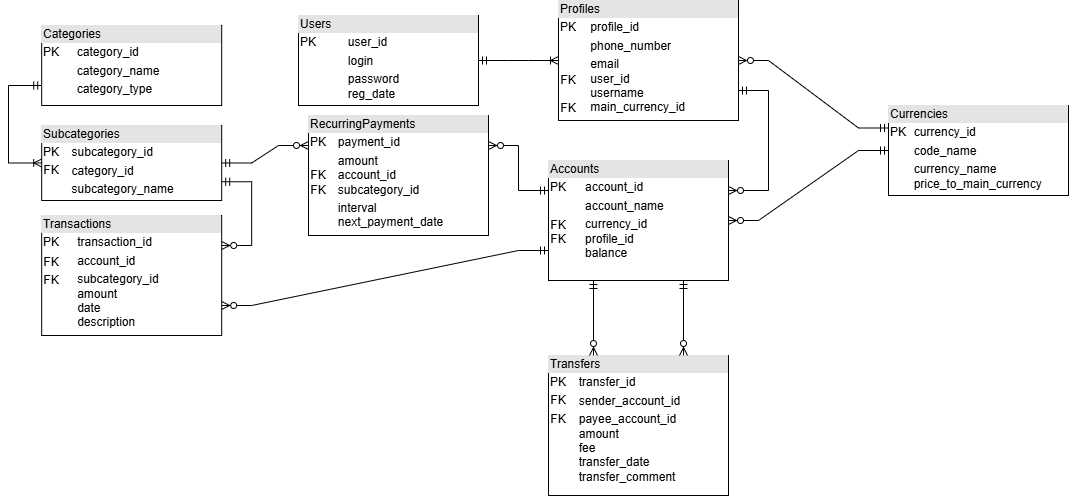
qu4431/kpi-databases-labs keeps this draw.io diagram as lab1/img/er_lab1_db.png. Above is the earlier version. Source tidied: cells renumbered, new cells last; positions are measured from the earlier drawing's top-left corner, leaving out a move shared by most shapes. Its diagram source:
```xml
<mxGraphModel>
  <root>
    <mxCell id="0" />
    <mxCell id="1" parent="0" />
    <mxCell id="2" value="&lt;div style=&quot;box-sizing: border-box; width: 100%; background: rgb(228, 228, 228); padding: 2px;&quot;&gt;Users&lt;/div&gt;&lt;table style=&quot;width:100%;font-size:1em;&quot; cellpadding=&quot;2&quot; cellspacing=&quot;0&quot;&gt;&lt;tbody&gt;&lt;tr&gt;&lt;td&gt;PK&lt;/td&gt;&lt;td&gt;user_id&lt;/td&gt;&lt;/tr&gt;&lt;tr&gt;&lt;td&gt;&lt;/td&gt;&lt;td&gt;login&lt;/td&gt;&lt;/tr&gt;&lt;tr&gt;&lt;td&gt;&lt;/td&gt;&lt;td&gt;password&lt;br&gt;reg_date&lt;br&gt;&lt;/td&gt;&lt;/tr&gt;&lt;/tbody&gt;&lt;/table&gt;" style="verticalAlign=top;align=left;overflow=fill;html=1;whiteSpace=wrap;" parent="1" vertex="1">
      <mxGeometry x="290" y="15" width="180" height="90" as="geometry" />
    </mxCell>
    <mxCell id="3" value="&lt;div style=&quot;box-sizing: border-box; width: 100%; background: rgb(228, 228, 228); padding: 2px;&quot;&gt;Categories&lt;/div&gt;&lt;table style=&quot;width:100%;font-size:1em;&quot; cellpadding=&quot;2&quot; cellspacing=&quot;0&quot;&gt;&lt;tbody&gt;&lt;tr&gt;&lt;td&gt;PK&lt;/td&gt;&lt;td&gt;category_id&lt;/td&gt;&lt;/tr&gt;&lt;tr&gt;&lt;td&gt;&lt;br&gt;&lt;/td&gt;&lt;td&gt;category_name&lt;/td&gt;&lt;/tr&gt;&lt;tr&gt;&lt;td&gt;&lt;/td&gt;&lt;td&gt;category_type&lt;/td&gt;&lt;/tr&gt;&lt;/tbody&gt;&lt;/table&gt;" style="verticalAlign=top;align=left;overflow=fill;html=1;whiteSpace=wrap;" parent="1" vertex="1">
      <mxGeometry x="33.2" y="25" width="180" height="80" as="geometry" />
    </mxCell>
    <mxCell id="4" value="&lt;div style=&quot;box-sizing: border-box; width: 100%; background: rgb(228, 228, 228); padding: 2px;&quot;&gt;Currencies&lt;/div&gt;&lt;table style=&quot;width:100%;font-size:1em;&quot; cellpadding=&quot;2&quot; cellspacing=&quot;0&quot;&gt;&lt;tbody&gt;&lt;tr&gt;&lt;td&gt;PK&lt;/td&gt;&lt;td&gt;currency_id&lt;/td&gt;&lt;/tr&gt;&lt;tr&gt;&lt;td&gt;&lt;br&gt;&lt;/td&gt;&lt;td&gt;code_name&lt;/td&gt;&lt;/tr&gt;&lt;tr&gt;&lt;td&gt;&lt;/td&gt;&lt;td&gt;currency_name&lt;br&gt;price_to_main_currency&lt;/td&gt;&lt;/tr&gt;&lt;/tbody&gt;&lt;/table&gt;" style="verticalAlign=top;align=left;overflow=fill;html=1;whiteSpace=wrap;" parent="1" vertex="1">
      <mxGeometry x="880" y="105" width="180" height="90" as="geometry" />
    </mxCell>
    <mxCell id="5" style="edgeStyle=orthogonalEdgeStyle;rounded=0;orthogonalLoop=1;jettySize=auto;html=1;exitX=0.5;exitY=1;exitDx=0;exitDy=0;" parent="1" edge="1" source="2" target="2">
      <mxGeometry relative="1" as="geometry" />
    </mxCell>
    <mxCell id="6" style="group;" parent="1" vertex="1">
      <mxGeometry x="520" y="160" width="200" height="120" as="geometry" />
    </mxCell>
    <mxCell id="7" value="&lt;div style=&quot;box-sizing: border-box; width: 100%; background: rgb(228, 228, 228); padding: 2px;&quot;&gt;Accounts&lt;/div&gt;&lt;table style=&quot;width:100%;font-size:1em;&quot; cellpadding=&quot;2&quot; cellspacing=&quot;0&quot;&gt;&lt;tbody&gt;&lt;tr&gt;&lt;td&gt;PK&lt;/td&gt;&lt;td&gt;account_id&lt;/td&gt;&lt;/tr&gt;&lt;tr&gt;&lt;td&gt;&lt;br&gt;&lt;/td&gt;&lt;td&gt;account_name&lt;/td&gt;&lt;/tr&gt;&lt;tr&gt;&lt;td&gt;&lt;br&gt;&lt;br&gt;&lt;br&gt;&lt;/td&gt;&lt;td&gt;currency_id&lt;br&gt;profile_id&lt;br&gt;balance&lt;/td&gt;&lt;/tr&gt;&lt;/tbody&gt;&lt;/table&gt;" style="verticalAlign=top;align=left;overflow=fill;html=1;whiteSpace=wrap;" parent="6" vertex="1">
      <mxGeometry x="20" width="180" height="120" as="geometry" />
    </mxCell>
    <mxCell id="8" value="FK" style="text;html=1;whiteSpace=wrap;strokeColor=none;fillColor=none;align=center;verticalAlign=middle;rounded=0;" parent="6" vertex="1">
      <mxGeometry y="50" width="60" height="30" as="geometry" />
    </mxCell>
    <mxCell id="9" value="FK" style="text;html=1;whiteSpace=wrap;strokeColor=none;fillColor=none;align=center;verticalAlign=middle;rounded=0;" parent="6" vertex="1">
      <mxGeometry y="64" width="60" height="30" as="geometry" />
    </mxCell>
    <mxCell id="10" style="group;" parent="1" vertex="1">
      <mxGeometry x="530" width="200" height="120" as="geometry" />
    </mxCell>
    <mxCell id="11" value="&lt;div style=&quot;box-sizing: border-box; width: 100%; background: rgb(228, 228, 228); padding: 2px;&quot;&gt;Profiles&lt;/div&gt;&lt;table style=&quot;width:100%;font-size:1em;&quot; cellpadding=&quot;2&quot; cellspacing=&quot;0&quot;&gt;&lt;tbody&gt;&lt;tr&gt;&lt;td&gt;PK&lt;/td&gt;&lt;td&gt;profile_id&lt;/td&gt;&lt;/tr&gt;&lt;tr&gt;&lt;td&gt;&lt;br&gt;&lt;/td&gt;&lt;td&gt;phone_number&lt;br&gt;&lt;/td&gt;&lt;/tr&gt;&lt;tr&gt;&lt;td&gt;&lt;br&gt;&lt;br&gt;&lt;br&gt;&lt;/td&gt;&lt;td&gt;email&lt;br&gt;user_id&lt;br&gt;username&lt;br&gt;main_currency_id&lt;/td&gt;&lt;/tr&gt;&lt;/tbody&gt;&lt;/table&gt;" style="verticalAlign=top;align=left;overflow=fill;html=1;whiteSpace=wrap;" parent="10" vertex="1">
      <mxGeometry x="20" width="180" height="120" as="geometry" />
    </mxCell>
    <mxCell id="12" value="FK" style="text;html=1;whiteSpace=wrap;strokeColor=none;fillColor=none;align=center;verticalAlign=middle;rounded=0;" parent="10" vertex="1">
      <mxGeometry y="65" width="60" height="30" as="geometry" />
    </mxCell>
    <mxCell id="13" value="FK" style="text;html=1;whiteSpace=wrap;strokeColor=none;fillColor=none;align=center;verticalAlign=middle;rounded=0;" parent="10" vertex="1">
      <mxGeometry y="93" width="60" height="30" as="geometry" />
    </mxCell>
    <mxCell id="14" style="group;" parent="1" vertex="1">
      <mxGeometry x="280" y="115" width="200" height="120" as="geometry" />
    </mxCell>
    <mxCell id="15" value="&lt;div style=&quot;box-sizing: border-box; width: 100%; background: rgb(228, 228, 228); padding: 2px;&quot;&gt;RecurringPayments&lt;/div&gt;&lt;table style=&quot;width:100%;font-size:1em;&quot; cellpadding=&quot;2&quot; cellspacing=&quot;0&quot;&gt;&lt;tbody&gt;&lt;tr&gt;&lt;td&gt;PK&lt;/td&gt;&lt;td&gt;payment_id&lt;br&gt;&lt;/td&gt;&lt;/tr&gt;&lt;tr&gt;&lt;td&gt;&lt;br&gt;&lt;/td&gt;&lt;td&gt;amount&lt;br&gt;account_id&lt;br&gt;subcategory_id&lt;/td&gt;&lt;/tr&gt;&lt;tr&gt;&lt;td&gt;&lt;/td&gt;&lt;td&gt;interval&lt;br&gt;next_payment_date&lt;/td&gt;&lt;/tr&gt;&lt;/tbody&gt;&lt;/table&gt;" style="verticalAlign=top;align=left;overflow=fill;html=1;whiteSpace=wrap;" parent="14" vertex="1">
      <mxGeometry x="20" width="180" height="120" as="geometry" />
    </mxCell>
    <mxCell id="16" value="FK" style="text;html=1;whiteSpace=wrap;strokeColor=none;fillColor=none;align=center;verticalAlign=middle;rounded=0;" parent="14" vertex="1">
      <mxGeometry y="45" width="60" height="30" as="geometry" />
    </mxCell>
    <mxCell id="17" value="FK" style="text;html=1;whiteSpace=wrap;strokeColor=none;fillColor=none;align=center;verticalAlign=middle;rounded=0;" parent="14" vertex="1">
      <mxGeometry y="60" width="60" height="30" as="geometry" />
    </mxCell>
    <mxCell id="18" style="group;" parent="1" vertex="1">
      <mxGeometry x="13.2" y="215" width="200" height="120" as="geometry" />
    </mxCell>
    <mxCell id="19" value="&lt;div style=&quot;box-sizing: border-box; width: 100%; background: rgb(228, 228, 228); padding: 2px;&quot;&gt;Transactions&lt;/div&gt;&lt;table style=&quot;width:100%;font-size:1em;&quot; cellpadding=&quot;2&quot; cellspacing=&quot;0&quot;&gt;&lt;tbody&gt;&lt;tr&gt;&lt;td&gt;PK&lt;/td&gt;&lt;td&gt;transaction_id&lt;/td&gt;&lt;/tr&gt;&lt;tr&gt;&lt;td&gt;&lt;br&gt;&lt;/td&gt;&lt;td&gt;account_id&lt;/td&gt;&lt;/tr&gt;&lt;tr&gt;&lt;td&gt;&lt;/td&gt;&lt;td&gt;subcategory_id&lt;br&gt;amount&lt;br&gt;date&lt;br&gt;description&lt;/td&gt;&lt;/tr&gt;&lt;/tbody&gt;&lt;/table&gt;" style="verticalAlign=top;align=left;overflow=fill;html=1;whiteSpace=wrap;" parent="18" vertex="1">
      <mxGeometry x="20" width="180" height="120" as="geometry" />
    </mxCell>
    <mxCell id="20" value="FK" style="text;html=1;whiteSpace=wrap;strokeColor=none;fillColor=none;align=center;verticalAlign=middle;rounded=0;" parent="18" vertex="1">
      <mxGeometry y="32" width="60" height="30" as="geometry" />
    </mxCell>
    <mxCell id="21" value="FK" style="text;html=1;whiteSpace=wrap;strokeColor=none;fillColor=none;align=center;verticalAlign=middle;rounded=0;" parent="18" vertex="1">
      <mxGeometry y="50" width="60" height="30" as="geometry" />
    </mxCell>
    <mxCell id="22" style="group;" parent="1" vertex="1">
      <mxGeometry x="13.2" y="125" width="200" height="75" as="geometry" />
    </mxCell>
    <mxCell id="23" value="&lt;div style=&quot;box-sizing: border-box; width: 100%; background: rgb(228, 228, 228); padding: 2px;&quot;&gt;Subcategories&lt;/div&gt;&lt;table style=&quot;width:100%;font-size:1em;&quot; cellpadding=&quot;2&quot; cellspacing=&quot;0&quot;&gt;&lt;tbody&gt;&lt;tr&gt;&lt;td&gt;PK&lt;/td&gt;&lt;td&gt;subcategory_id&lt;/td&gt;&lt;/tr&gt;&lt;tr&gt;&lt;td&gt;&lt;br&gt;&lt;/td&gt;&lt;td&gt;category_id&lt;/td&gt;&lt;/tr&gt;&lt;tr&gt;&lt;td&gt;&lt;/td&gt;&lt;td&gt;subcategory_name&lt;/td&gt;&lt;/tr&gt;&lt;/tbody&gt;&lt;/table&gt;" style="verticalAlign=top;align=left;overflow=fill;html=1;whiteSpace=wrap;" parent="22" vertex="1">
      <mxGeometry x="20" width="180" height="75" as="geometry" />
    </mxCell>
    <mxCell id="24" value="FK" style="text;html=1;whiteSpace=wrap;strokeColor=none;fillColor=none;align=center;verticalAlign=middle;rounded=0;" parent="22" vertex="1">
      <mxGeometry y="30" width="60" height="30" as="geometry" />
    </mxCell>
    <mxCell id="25" style="group;" parent="1" vertex="1">
      <mxGeometry x="520" y="355" width="200" height="140" as="geometry" />
    </mxCell>
    <mxCell id="26" value="&lt;div style=&quot;box-sizing: border-box; width: 100%; background: rgb(228, 228, 228); padding: 2px;&quot;&gt;Transfers&lt;/div&gt;&lt;table style=&quot;width:100%;font-size:1em;&quot; cellpadding=&quot;2&quot; cellspacing=&quot;0&quot;&gt;&lt;tbody&gt;&lt;tr&gt;&lt;td&gt;PK&lt;/td&gt;&lt;td&gt;transfer_id&lt;/td&gt;&lt;/tr&gt;&lt;tr&gt;&lt;td&gt;&lt;br&gt;&lt;/td&gt;&lt;td&gt;sender_account_id&lt;/td&gt;&lt;/tr&gt;&lt;tr&gt;&lt;td&gt;&lt;/td&gt;&lt;td&gt;payee_account_id&lt;br&gt;amount&lt;br&gt;fee&lt;br&gt;transfer_date&lt;br&gt;transfer_comment&lt;/td&gt;&lt;/tr&gt;&lt;/tbody&gt;&lt;/table&gt;" style="verticalAlign=top;align=left;overflow=fill;html=1;whiteSpace=wrap;" parent="25" vertex="1">
      <mxGeometry x="20" width="180" height="140" as="geometry" />
    </mxCell>
    <mxCell id="27" value="FK" style="text;html=1;whiteSpace=wrap;strokeColor=none;fillColor=none;align=center;verticalAlign=middle;rounded=0;" parent="25" vertex="1">
      <mxGeometry y="30" width="60" height="30" as="geometry" />
    </mxCell>
    <mxCell id="28" value="FK" style="text;html=1;whiteSpace=wrap;strokeColor=none;fillColor=none;align=center;verticalAlign=middle;rounded=0;" parent="25" vertex="1">
      <mxGeometry y="49" width="60" height="30" as="geometry" />
    </mxCell>
    <mxCell id="29" style="edgeStyle=entityRelationEdgeStyle;fontSize=12;html=1;endArrow=ERoneToMany;startArrow=ERmandOne;rounded=0;entryX=0;entryY=0.5;entryDx=0;entryDy=0;exitX=1;exitY=0.5;exitDx=0;exitDy=0;" parent="1" edge="1" source="2" target="11">
      <mxGeometry relative="1" as="geometry" />
    </mxCell>
    <mxCell id="30" style="fontSize=12;html=1;endArrow=ERzeroToMany;startArrow=ERmandOne;rounded=0;entryX=1;entryY=0.25;entryDx=0;entryDy=0;exitX=1;exitY=0.75;exitDx=0;exitDy=0;shape=wire;dashed=1;endFill=0;edgeStyle=orthogonalEdgeStyle;" parent="1" edge="1" source="11" target="7">
      <mxGeometry relative="1" as="geometry">
        <Array as="points">
          <mxPoint x="760" y="90" />
          <mxPoint x="760" y="190" />
        </Array>
      </mxGeometry>
    </mxCell>
    <mxCell id="31" style="edgeStyle=entityRelationEdgeStyle;fontSize=12;html=1;endArrow=ERmandOne;startArrow=ERzeroToMany;rounded=0;exitX=1;exitY=0.5;exitDx=0;exitDy=0;entryX=0;entryY=0.25;entryDx=0;entryDy=0;startFill=0;" parent="1" edge="1" source="11" target="4">
      <mxGeometry relative="1" as="geometry" />
    </mxCell>
    <mxCell id="32" style="fontSize=12;html=1;endArrow=ERzeroToMany;startArrow=ERmandOne;rounded=0;entryX=1;entryY=0.5;entryDx=0;entryDy=0;exitX=0;exitY=0.5;exitDx=0;exitDy=0;edgeStyle=entityRelationEdgeStyle;" parent="1" edge="1" source="4" target="7">
      <mxGeometry relative="1" as="geometry" />
    </mxCell>
    <mxCell id="33" style="edgeStyle=entityRelationEdgeStyle;fontSize=12;html=1;endArrow=ERzeroToMany;startArrow=ERmandOne;rounded=0;exitX=0;exitY=0.75;exitDx=0;exitDy=0;entryX=1;entryY=0.75;entryDx=0;entryDy=0;" parent="1" edge="1" source="7" target="19">
      <mxGeometry relative="1" as="geometry" />
    </mxCell>
    <mxCell id="34" style="fontSize=12;html=1;endArrow=ERoneToMany;startArrow=ERmandOne;rounded=0;exitX=0;exitY=0.75;exitDx=0;exitDy=0;entryX=0;entryY=0.5;entryDx=0;entryDy=0;edgeStyle=orthogonalEdgeStyle;" parent="1" edge="1" source="3" target="23">
      <mxGeometry relative="1" as="geometry">
        <Array as="points">
          <mxPoint y="85" />
          <mxPoint y="163" />
        </Array>
      </mxGeometry>
    </mxCell>
    <mxCell id="35" style="edgeStyle=entityRelationEdgeStyle;fontSize=12;html=1;endArrow=ERzeroToMany;startArrow=ERmandOne;rounded=0;entryX=1;entryY=0.25;entryDx=0;entryDy=0;exitX=1;exitY=0.75;exitDx=0;exitDy=0;endFill=0;" parent="1" edge="1" source="23" target="19">
      <mxGeometry relative="1" as="geometry" />
    </mxCell>
    <mxCell id="36" style="fontSize=12;html=1;endArrow=ERzeroToMany;startArrow=ERmandOne;rounded=0;exitX=0.75;exitY=1;exitDx=0;exitDy=0;entryX=0.75;entryY=0;entryDx=0;entryDy=0;" parent="1" edge="1" source="7" target="26">
      <mxGeometry relative="1" as="geometry" />
    </mxCell>
    <mxCell id="37" style="fontSize=12;html=1;endArrow=ERzeroToMany;startArrow=ERmandOne;rounded=0;exitX=0.25;exitY=1;exitDx=0;exitDy=0;entryX=0.25;entryY=0;entryDx=0;entryDy=0;" parent="1" edge="1" source="7" target="26">
      <mxGeometry relative="1" as="geometry" />
    </mxCell>
    <mxCell id="38" style="edgeStyle=entityRelationEdgeStyle;fontSize=12;html=1;endArrow=ERzeroToMany;startArrow=ERmandOne;rounded=0;exitX=0;exitY=0.25;exitDx=0;exitDy=0;entryX=1;entryY=0.25;entryDx=0;entryDy=0;" parent="1" edge="1" source="7" target="15">
      <mxGeometry relative="1" as="geometry" />
    </mxCell>
    <mxCell id="39" style="edgeStyle=entityRelationEdgeStyle;fontSize=12;html=1;endArrow=ERzeroToMany;startArrow=ERmandOne;rounded=0;exitX=1;exitY=0.5;exitDx=0;exitDy=0;entryX=0;entryY=0.25;entryDx=0;entryDy=0;" parent="1" edge="1" source="23" target="15">
      <mxGeometry relative="1" as="geometry" />
    </mxCell>
  </root>
</mxGraphModel>
```
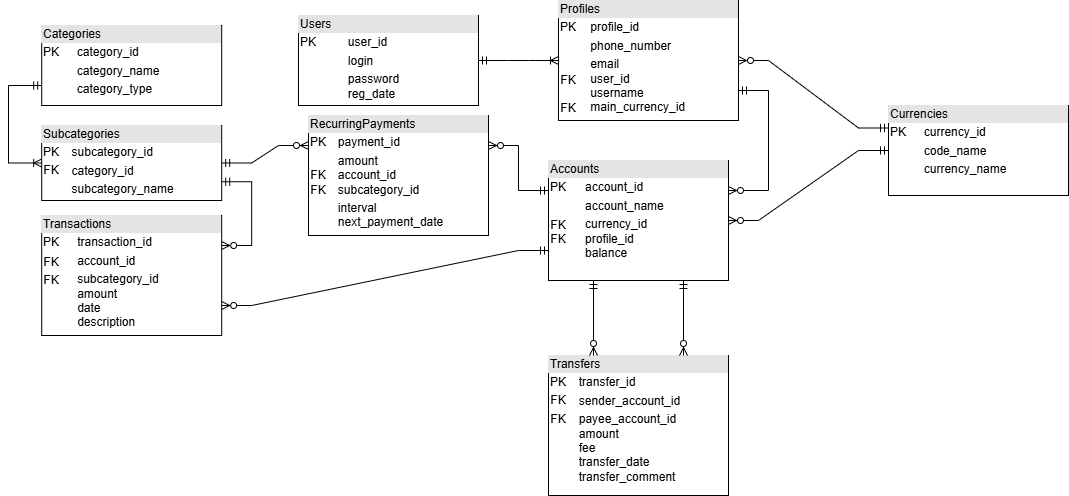
After the commit.

The edit, as a diff of the source:
```diff
@@ -8,7 +8,7 @@
     <mxCell id="3" value="&lt;div style=&quot;box-sizing: border-box; width: 100%; background: rgb(228, 228, 228); padding: 2px;&quot;&gt;Categories&lt;/div&gt;&lt;table style=&quot;width:100%;font-size:1em;&quot; cellpadding=&quot;2&quot; cellspacing=&quot;0&quot;&gt;&lt;tbody&gt;&lt;tr&gt;&lt;td&gt;PK&lt;/td&gt;&lt;td&gt;category_id&lt;/td&gt;&lt;/tr&gt;&lt;tr&gt;&lt;td&gt;&lt;br&gt;&lt;/td&gt;&lt;td&gt;category_name&lt;/td&gt;&lt;/tr&gt;&lt;tr&gt;&lt;td&gt;&lt;/td&gt;&lt;td&gt;category_type&lt;/td&gt;&lt;/tr&gt;&lt;/tbody&gt;&lt;/table&gt;" style="verticalAlign=top;align=left;overflow=fill;html=1;whiteSpace=wrap;" parent="1" vertex="1">
       <mxGeometry x="33.2" y="25" width="180" height="80" as="geometry" />
     </mxCell>
-    <mxCell id="4" value="&lt;div style=&quot;box-sizing: border-box; width: 100%; background: rgb(228, 228, 228); padding: 2px;&quot;&gt;Currencies&lt;/div&gt;&lt;table style=&quot;width:100%;font-size:1em;&quot; cellpadding=&quot;2&quot; cellspacing=&quot;0&quot;&gt;&lt;tbody&gt;&lt;tr&gt;&lt;td&gt;PK&lt;/td&gt;&lt;td&gt;currency_id&lt;/td&gt;&lt;/tr&gt;&lt;tr&gt;&lt;td&gt;&lt;br&gt;&lt;/td&gt;&lt;td&gt;code_name&lt;/td&gt;&lt;/tr&gt;&lt;tr&gt;&lt;td&gt;&lt;/td&gt;&lt;td&gt;currency_name&lt;br&gt;price_to_main_currency&lt;/td&gt;&lt;/tr&gt;&lt;/tbody&gt;&lt;/table&gt;" style="verticalAlign=top;align=left;overflow=fill;html=1;whiteSpace=wrap;" parent="1" vertex="1">
+    <mxCell id="4" value="&lt;div style=&quot;box-sizing: border-box; width: 100%; background: rgb(228, 228, 228); padding: 2px;&quot;&gt;Currencies&lt;/div&gt;&lt;table style=&quot;width:100%;font-size:1em;&quot; cellpadding=&quot;2&quot; cellspacing=&quot;0&quot;&gt;&lt;tbody&gt;&lt;tr&gt;&lt;td&gt;PK&lt;/td&gt;&lt;td&gt;currency_id&lt;/td&gt;&lt;/tr&gt;&lt;tr&gt;&lt;td&gt;&lt;br&gt;&lt;/td&gt;&lt;td&gt;code_name&lt;/td&gt;&lt;/tr&gt;&lt;tr&gt;&lt;td&gt;&lt;/td&gt;&lt;td&gt;currency_name&lt;br&gt;&lt;br&gt;&lt;/td&gt;&lt;/tr&gt;&lt;/tbody&gt;&lt;/table&gt;" style="verticalAlign=top;align=left;overflow=fill;html=1;whiteSpace=wrap;" parent="1" vertex="1">
       <mxGeometry x="880" y="105" width="180" height="90" as="geometry" />
     </mxCell>
     <mxCell id="5" style="edgeStyle=orthogonalEdgeStyle;rounded=0;orthogonalLoop=1;jettySize=auto;html=1;exitX=0.5;exitY=1;exitDx=0;exitDy=0;" parent="1" edge="1" source="2" target="2">
```
